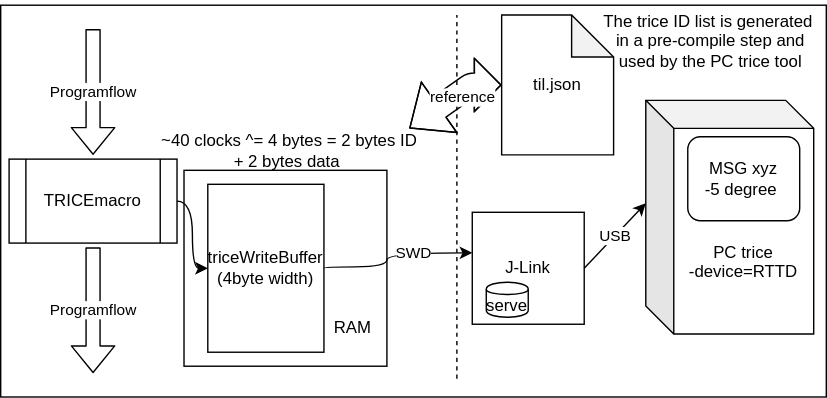
Earlier version of the draw.io export docs/README.media/triceBlockDiagramWithSeggerRTTD.svg (rokath/trice). Source tidied: cells renumbered, new cells last; positions are measured from the earlier drawing's top-left corner, leaving out a move shared by most shapes.
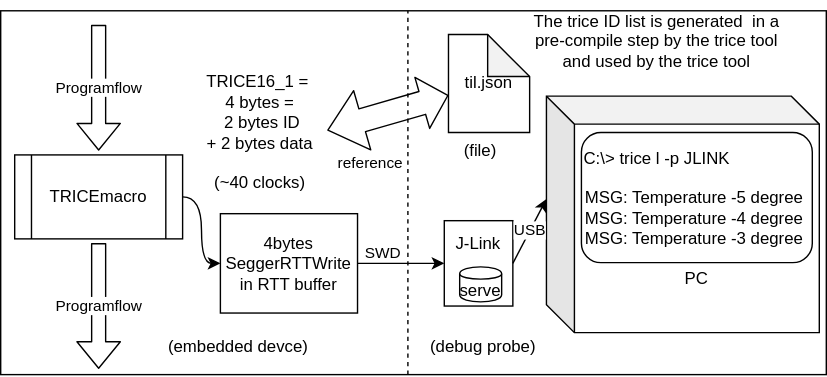
The same file after the commit.

Diff of the diagram source:
```diff
@@ -3,16 +3,13 @@
     <mxCell id="0" />
     <mxCell id="1" parent="0" />
     <mxCell id="2" style="rounded=0;whiteSpace=wrap;html=1;" parent="1" vertex="1">
-      <mxGeometry y="3" width="590" height="280" as="geometry" />
+      <mxGeometry x="-4" y="10" width="590" height="260" as="geometry" />
     </mxCell>
-    <mxCell id="3" value="&amp;nbsp; &amp;nbsp; &amp;nbsp; &amp;nbsp; &amp;nbsp; &amp;nbsp; &amp;nbsp; &amp;nbsp; &amp;nbsp; &amp;nbsp; &amp;nbsp; &amp;nbsp; &amp;nbsp; &lt;br&gt;&lt;br&gt;&lt;br&gt;&lt;br&gt;&lt;br&gt;&lt;br&gt;&amp;nbsp; &amp;nbsp; &amp;nbsp; &amp;nbsp; &amp;nbsp; &amp;nbsp; &amp;nbsp; &amp;nbsp; &amp;nbsp; &amp;nbsp; &amp;nbsp; &amp;nbsp; &amp;nbsp; &amp;nbsp; &amp;nbsp;RAM" style="rounded=0;whiteSpace=wrap;html=1;" parent="1" vertex="1">
-      <mxGeometry x="131" y="121" width="145" height="140" as="geometry" />
-    </mxCell>
-    <mxCell id="4" value="J-Link" style="rounded=0;whiteSpace=wrap;html=1;" parent="1" vertex="1">
-      <mxGeometry x="337" y="151" width="80" height="80" as="geometry" />
+    <mxCell id="4" value="J-Link&lt;br&gt;&lt;br&gt;&lt;br&gt;" style="rounded=0;whiteSpace=wrap;html=1;" parent="1" vertex="1">
+      <mxGeometry x="313" y="160" width="49" height="61" as="geometry" />
     </mxCell>
-    <mxCell id="5" value="&lt;span&gt;triceWriteBuffer&lt;/span&gt;&lt;br&gt;&lt;span&gt;(4byte width)&lt;/span&gt;" style="rounded=0;whiteSpace=wrap;html=1;" parent="1" vertex="1">
-      <mxGeometry x="148" y="131" width="83" height="120" as="geometry" />
+    <mxCell id="5" value="4bytes&lt;br&gt;&lt;span&gt;SeggerRTTWrite in RTT buffer&lt;/span&gt;" style="rounded=0;whiteSpace=wrap;html=1;" parent="1" vertex="1">
+      <mxGeometry x="153" y="155" width="98" height="71" as="geometry" />
     </mxCell>
     <mxCell id="6" value="TRICEmacro" style="shape=process;whiteSpace=wrap;html=1;backgroundOutline=1;" parent="1" vertex="1">
       <mxGeometry x="6" y="113" width="120" height="60" as="geometry" />
@@ -32,56 +29,57 @@
     <mxCell id="9" style="endArrow=classic;html=1;edgeStyle=orthogonalEdgeStyle;curved=1;entryX=0;entryY=0.5;entryDx=0;entryDy=0;" parent="1" edge="1" source="6" target="5">
       <mxGeometry relative="1" as="geometry" />
     </mxCell>
-    <mxCell id="10" value="~40 clocks ^= 4 bytes = 2 bytes ID &lt;br&gt;+ 2 bytes data&amp;nbsp;" style="text;html=1;align=center;verticalAlign=middle;points=[];" parent="1" vertex="1">
-      <mxGeometry x="106" y="92" width="200" height="30" as="geometry" />
+    <mxCell id="10" value="TRICE16_1 =&amp;nbsp;&lt;br&gt;4 bytes =&lt;br&gt;&amp;nbsp;2 bytes ID &lt;br&gt;+ 2 bytes data&lt;br&gt;&lt;br&gt;(~40 clocks)" style="text;html=1;align=center;verticalAlign=middle;points=[];" parent="1" vertex="1">
+      <mxGeometry x="136" y="52" width="90" height="90" as="geometry" />
     </mxCell>
-    <mxCell id="11" value="&lt;br&gt;&lt;br&gt;&lt;br&gt;PC trice&lt;br&gt;-device=RTTD&lt;br&gt;" style="shape=cube;whiteSpace=wrap;html=1;boundedLbl=1;backgroundOutline=1;darkOpacity=0.05;darkOpacity2=0.1;" parent="1" vertex="1">
-      <mxGeometry x="461" y="71" width="120" height="167" as="geometry" />
+    <mxCell id="11" value="&lt;br&gt;&lt;br&gt;&lt;br&gt;&lt;br&gt;&lt;br&gt;PC" style="shape=cube;whiteSpace=wrap;html=1;boundedLbl=1;backgroundOutline=1;darkOpacity=0.05;darkOpacity2=0.1;" parent="1" vertex="1">
+      <mxGeometry x="386" y="71" width="195" height="169" as="geometry" />
     </mxCell>
-    <mxCell id="12" value="MSG xyz&lt;br&gt;-5 degree&amp;nbsp;" style="rounded=1;whiteSpace=wrap;html=1;" parent="1" vertex="1">
-      <mxGeometry x="491" y="97" width="80" height="60" as="geometry" />
+    <mxCell id="12" value="C:\&amp;gt; trice l -p JLINK&amp;nbsp; &amp;nbsp; &amp;nbsp; &amp;nbsp; &amp;nbsp; &amp;nbsp; &amp;nbsp; &amp;nbsp; &amp;nbsp;&lt;br&gt;&lt;br&gt;MSG: Temperature -5 degree&amp;nbsp;&lt;br&gt;MSG: Temperature -4 degree&amp;nbsp;&lt;br&gt;MSG: Temperature -3 degree&amp;nbsp;" style="rounded=1;whiteSpace=wrap;html=1;" parent="1" vertex="1">
+      <mxGeometry x="411" y="97" width="165" height="93" as="geometry" />
     </mxCell>
     <mxCell id="13" value="USB" style="endArrow=classic;html=1;exitX=1;exitY=0.5;exitDx=0;exitDy=0;entryX=0;entryY=0;entryDx=0;entryDy=73.5;entryPerimeter=0;" parent="1" edge="1" source="4" target="11">
       <mxGeometry relative="1" as="geometry" />
     </mxCell>
     <mxCell id="14" value="serve" style="shape=cylinder;whiteSpace=wrap;html=1;boundedLbl=1;backgroundOutline=1;" parent="1" vertex="1">
-      <mxGeometry x="347" y="201" width="30" height="25" as="geometry" />
+      <mxGeometry x="324" y="193" width="30" height="25" as="geometry" />
     </mxCell>
-    <mxCell id="15" value="The trice ID list is generated&amp;nbsp; in a pre-compile step and used by the PC trice tool" style="text;html=1;strokeColor=none;fillColor=none;align=center;verticalAlign=middle;whiteSpace=wrap;rounded=0;rotation=0;" parent="1" vertex="1">
-      <mxGeometry x="425" width="165" height="57" as="geometry" />
+    <mxCell id="15" value="The trice ID list is generated&amp;nbsp; in a pre-compile step by the trice tool and used by the trice tool" style="text;html=1;strokeColor=none;fillColor=none;align=center;verticalAlign=middle;whiteSpace=wrap;rounded=0;rotation=0;" parent="1" vertex="1">
+      <mxGeometry x="374" y="3" width="182" height="57" as="geometry" />
     </mxCell>
     <mxCell id="16" value="til.json" style="shape=note;whiteSpace=wrap;html=1;backgroundOutline=1;darkOpacity=0.05;" parent="1" vertex="1">
-      <mxGeometry x="358" y="10" width="80" height="100" as="geometry" />
+      <mxGeometry x="316" y="27" width="58" height="70" as="geometry" />
     </mxCell>
     <mxCell id="17" style="endArrow=none;dashed=1;html=1;" parent="1" edge="1">
       <mxGeometry relative="1" as="geometry">
-        <mxPoint x="326" y="270" as="sourcePoint" />
-        <mxPoint x="326" y="10" as="targetPoint" />
+        <mxPoint x="287" y="270" as="sourcePoint" />
+        <mxPoint x="287" y="10" as="targetPoint" />
       </mxGeometry>
     </mxCell>
-    <mxCell id="18" style="shape=flexArrow;endArrow=classic;startArrow=classic;html=1;exitX=0.93;exitY=-0.033;exitDx=0;exitDy=0;exitPerimeter=0;width=17;startSize=8.18;startWidth=26;" parent="1" edge="1" source="10" target="16">
-      <mxGeometry relative="1" as="geometry">
-        <Array as="points">
-          <mxPoint x="336" y="60" />
-        </Array>
-      </mxGeometry>
+    <mxCell id="18" style="shape=flexArrow;endArrow=classic;startArrow=classic;html=1;exitX=1.037;exitY=0.483;exitDx=0;exitDy=0;exitPerimeter=0;width=17;startSize=8.18;startWidth=26;" parent="1" edge="1" source="10" target="16">
+      <mxGeometry relative="1" as="geometry" />
     </mxCell>
     <mxCell id="19" value="reference" style="edgeLabel;html=1;align=center;verticalAlign=middle;" parent="18" vertex="1">
       <mxGeometry x="-0.15" y="-22" relative="1" as="geometry">
-        <mxPoint x="-1" y="-22" as="offset" />
+        <mxPoint x="-13" y="13" as="offset" />
       </mxGeometry>
     </mxCell>
     <mxCell id="20" style="edgeStyle=orthogonalEdgeStyle;rounded=0;jettySize=auto;html=1;exitX=1;exitY=0.5;exitDx=0;exitDy=0;curved=1;" parent="1" edge="1" source="5" target="4">
-      <mxGeometry relative="1" as="geometry">
-        <Array as="points">
-          <mxPoint x="231" y="190" />
-          <mxPoint x="276" y="190" />
-          <mxPoint x="276" y="180" />
-        </Array>
-      </mxGeometry>
+      <mxGeometry relative="1" as="geometry" />
     </mxCell>
     <mxCell id="21" value="SWD" style="edgeLabel;html=1;align=center;verticalAlign=middle;" parent="20" vertex="1">
-      <mxGeometry x="0.27" y="1" relative="1" as="geometry" />
+      <mxGeometry x="0.27" y="1" relative="1" as="geometry">
+        <mxPoint x="-22" y="-7" as="offset" />
+      </mxGeometry>
     </mxCell>
+    <mxCell id="22" value="(embedded devce)" style="text;html=1;strokeColor=none;fillColor=none;align=center;verticalAlign=middle;whiteSpace=wrap;rounded=0;" parent="1" vertex="1">
+      <mxGeometry x="96" y="240" width="140" height="20" as="geometry" />
+    </mxCell>
+    <mxCell id="23" value="(debug probe)" style="text;html=1;strokeColor=none;fillColor=none;align=center;verticalAlign=middle;whiteSpace=wrap;rounded=0;" parent="1" vertex="1">
+      <mxGeometry x="296" y="240" width="90" height="20" as="geometry" />
+    </mxCell>
+    <mxCell id="24" value="(file)" style="text;html=1;strokeColor=none;fillColor=none;align=center;verticalAlign=middle;whiteSpace=wrap;rounded=0;" parent="1" vertex="1">
+      <mxGeometry x="319" y="100" width="40" height="20" as="geometry" />
+    </mxCell>
   </root>
 </mxGraphModel>
```
